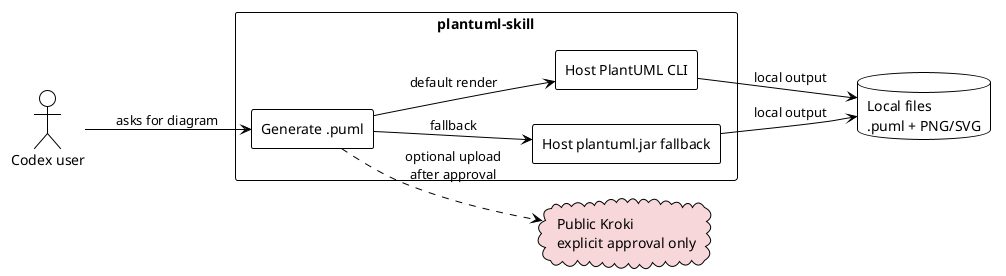
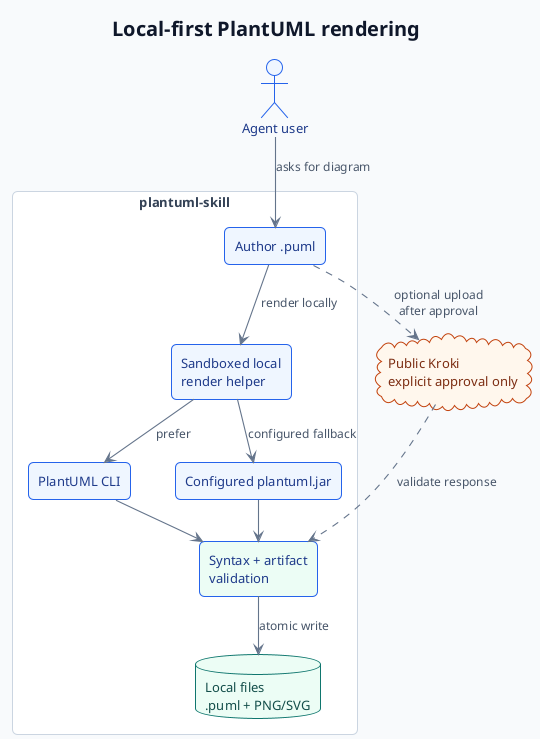
@startuml
!theme plain
- skinparam backgroundColor #FFFFFF
+ skinparam backgroundColor #F8FAFC
skinparam shadowing false
+ skinparam roundCorner 10
+ skinparam defaultFontName SansSerif
+ skinparam defaultFontSize 13
+ skinparam defaultFontColor #0F172A
+ skinparam ArrowColor #64748B
+ skinparam ArrowFontColor #475569
+ skinparam ArrowFontSize 12
+ skinparam ArrowThickness 1.1
+ skinparam TitleFontColor #0F172A
+ skinparam TitleFontSize 20
+ skinparam TitleFontStyle bold
skinparam componentStyle rectangle
+ skinparam rectangleBackgroundColor #FFFFFF
+ skinparam rectangleBorderColor #CBD5E1
+ skinparam rectangleFontColor #334155
+ skinparam componentBackgroundColor #EFF6FF
+ skinparam componentBorderColor #2563EB
+ skinparam componentFontColor #1E3A8A
+ skinparam databaseBackgroundColor #ECFDF5
+ skinparam databaseBorderColor #0F766E
+ skinparam databaseFontColor #134E4A
+ skinparam cloudBackgroundColor #FFF7ED
+ skinparam cloudBorderColor #C2410C
+ skinparam cloudFontColor #7C2D12
+ skinparam actorBackgroundColor #EFF6FF
+ skinparam actorBorderColor #2563EB
+ skinparam actorFontColor #1E3A8A
+ skinparam nodesep 45
+ skinparam ranksep 40

- left to right direction
+ top to bottom direction

- actor "Codex user" as user
+ actor "Agent user" as user
+ 
+ title Local-first PlantUML rendering

rectangle "plantuml-skill" as skill {
-   component "Generate .puml" as puml
-   component "Host PlantUML CLI" as cli
-   component "Host plantuml.jar fallback" as jar
+   component "Author .puml" as puml
+   component "Sandboxed local\nrender helper" as helper
+   component "PlantUML CLI" as cli
+   component "Configured plantuml.jar" as jar
+   component "Syntax + artifact\nvalidation" as validate #ECFDF5
+   database "Local files\n.puml + PNG/SVG" as output
}
- 
- database "Local files\n.puml + PNG/SVG" as output
- cloud "Public Kroki\nexplicit approval only" as kroki #F8D7DA
+ cloud "Public Kroki\nexplicit approval only" as kroki

user --> puml : asks for diagram
- puml --> cli : default render
- puml --> jar : fallback
- cli --> output : local output
- jar --> output : local output
+ puml --> helper : render locally
+ helper --> cli : prefer
+ helper --> jar : configured fallback
+ cli --> validate
+ jar --> validate
+ validate --> output : atomic write
puml ..> kroki : optional upload\nafter approval
+ kroki ..> validate : validate response

@enduml
